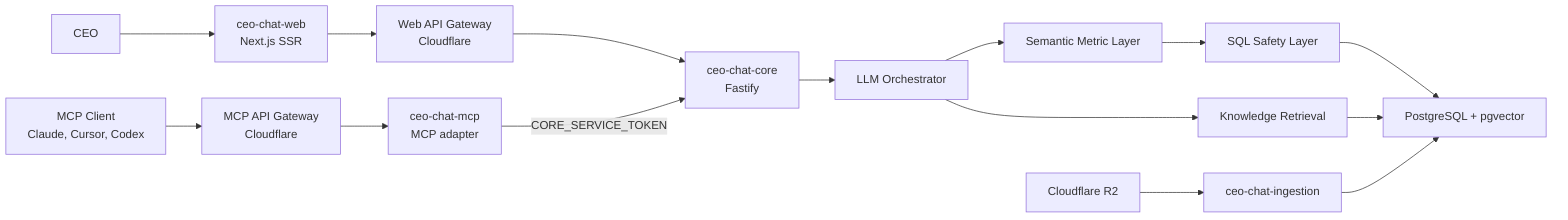
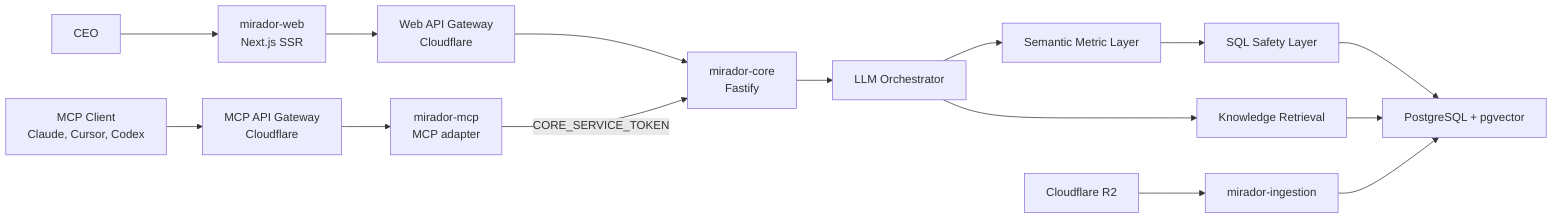
flowchart LR
-   CEO["CEO"] --> Web["ceo-chat-web<br>Next.js SSR"]
+   CEO["CEO"] --> Web["mirador-web<br>Next.js SSR"]
  Web --> Gateway["Web API Gateway<br>Cloudflare"]
-   Gateway --> Core["ceo-chat-core<br>Fastify"]
+   Gateway --> Core["mirador-core<br>Fastify"]

  Client["MCP Client<br>Claude, Cursor, Codex"] --> McpGateway["MCP API Gateway<br>Cloudflare"]
-   McpGateway --> Mcp["ceo-chat-mcp<br>MCP adapter"]
+   McpGateway --> Mcp["mirador-mcp<br>MCP adapter"]
  Mcp -->|"CORE_SERVICE_TOKEN"| Core

  Core --> Planner["LLM Orchestrator"]
  Planner --> Semantic["Semantic Metric Layer"]
  Planner --> Rag["Knowledge Retrieval"]
  Semantic --> Safety["SQL Safety Layer"]
  Safety --> Pg["PostgreSQL + pgvector"]
  Rag --> Pg
-   Ingestion["ceo-chat-ingestion"] --> Pg
+   Ingestion["mirador-ingestion"] --> Pg
  R2["Cloudflare R2"] --> Ingestion
